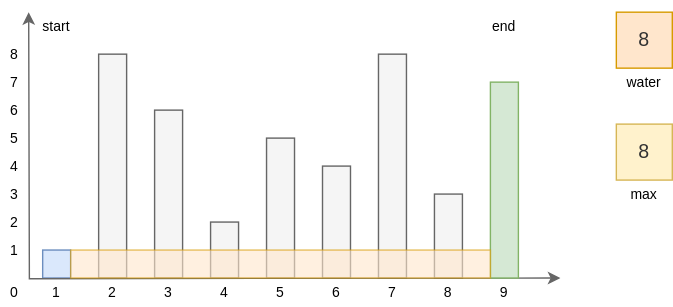
Before: problems1_100/container-with-most-water1.svg, a diagram exported from draw.io (hanggrian/grind-leetcode). Source tidied: cells renumbered, new cells last; positions are measured from the earlier drawing's top-left corner, leaving out a move shared by most shapes. The source it was exported from:
```xml
<mxGraphModel>
  <root>
    <mxCell id="0" />
    <mxCell id="1" parent="0" />
    <mxCell id="2" style="text;html=1;align=center;verticalAlign=middle;whiteSpace=wrap;rounded=0;fillColor=#dae8fc;strokeColor=#6c8ebf;fontSize=14;" parent="1" vertex="1">
      <mxGeometry x="30" y="170" width="20" height="20" as="geometry" />
    </mxCell>
    <mxCell id="3" style="endArrow=classic;startArrow=classic;html=1;rounded=0;fillColor=#f5f5f5;strokeColor=#666666;edgeStyle=orthogonalEdgeStyle;" parent="1" edge="1">
      <mxGeometry relative="1" as="geometry">
        <mxPoint x="400" y="190" as="sourcePoint" />
        <mxPoint x="20" as="targetPoint" />
      </mxGeometry>
    </mxCell>
    <mxCell id="4" value="5" style="text;html=1;align=center;verticalAlign=middle;whiteSpace=wrap;rounded=0;fontSize=10;" parent="1" vertex="1">
      <mxGeometry y="80" width="20" height="20" as="geometry" />
    </mxCell>
    <mxCell id="5" value="4" style="text;html=1;align=center;verticalAlign=middle;whiteSpace=wrap;rounded=0;fontSize=10;" parent="1" vertex="1">
      <mxGeometry y="100" width="20" height="20" as="geometry" />
    </mxCell>
    <mxCell id="6" value="6" style="text;html=1;align=center;verticalAlign=middle;whiteSpace=wrap;rounded=0;fontSize=10;" parent="1" vertex="1">
      <mxGeometry y="60" width="20" height="20" as="geometry" />
    </mxCell>
    <mxCell id="7" value="7" style="text;html=1;align=center;verticalAlign=middle;whiteSpace=wrap;rounded=0;fontSize=10;" parent="1" vertex="1">
      <mxGeometry y="40" width="20" height="20" as="geometry" />
    </mxCell>
    <mxCell id="8" value="8" style="text;html=1;align=center;verticalAlign=middle;whiteSpace=wrap;rounded=0;fontSize=10;" parent="1" vertex="1">
      <mxGeometry y="20" width="20" height="20" as="geometry" />
    </mxCell>
    <mxCell id="9" value="3" style="text;html=1;align=center;verticalAlign=middle;whiteSpace=wrap;rounded=0;fontSize=10;" parent="1" vertex="1">
      <mxGeometry y="120" width="20" height="20" as="geometry" />
    </mxCell>
    <mxCell id="10" value="2" style="text;html=1;align=center;verticalAlign=middle;whiteSpace=wrap;rounded=0;fontSize=10;" parent="1" vertex="1">
      <mxGeometry y="140" width="20" height="20" as="geometry" />
    </mxCell>
    <mxCell id="11" value="1" style="text;html=1;align=center;verticalAlign=middle;whiteSpace=wrap;rounded=0;fontSize=10;" parent="1" vertex="1">
      <mxGeometry y="160" width="20" height="20" as="geometry" />
    </mxCell>
    <mxCell id="12" value="0" style="text;html=1;align=center;verticalAlign=middle;whiteSpace=wrap;rounded=0;fontSize=10;" parent="1" vertex="1">
      <mxGeometry y="190" width="20" height="20" as="geometry" />
    </mxCell>
    <mxCell id="13" value="1" style="text;html=1;align=center;verticalAlign=middle;whiteSpace=wrap;rounded=0;fontSize=10;" parent="1" vertex="1">
      <mxGeometry x="20" y="190" width="40" height="20" as="geometry" />
    </mxCell>
    <mxCell id="14" value="2" style="text;html=1;align=center;verticalAlign=middle;whiteSpace=wrap;rounded=0;fontSize=10;" parent="1" vertex="1">
      <mxGeometry x="60" y="190" width="40" height="20" as="geometry" />
    </mxCell>
    <mxCell id="15" value="3" style="text;html=1;align=center;verticalAlign=middle;whiteSpace=wrap;rounded=0;fontSize=10;" parent="1" vertex="1">
      <mxGeometry x="100" y="190" width="40" height="20" as="geometry" />
    </mxCell>
    <mxCell id="16" value="4" style="text;html=1;align=center;verticalAlign=middle;whiteSpace=wrap;rounded=0;fontSize=10;" parent="1" vertex="1">
      <mxGeometry x="140" y="190" width="40" height="20" as="geometry" />
    </mxCell>
    <mxCell id="17" value="5" style="text;html=1;align=center;verticalAlign=middle;whiteSpace=wrap;rounded=0;fontSize=10;" parent="1" vertex="1">
      <mxGeometry x="180" y="190" width="40" height="20" as="geometry" />
    </mxCell>
    <mxCell id="18" value="6" style="text;html=1;align=center;verticalAlign=middle;whiteSpace=wrap;rounded=0;fontSize=10;" parent="1" vertex="1">
      <mxGeometry x="220" y="190" width="40" height="20" as="geometry" />
    </mxCell>
    <mxCell id="19" value="7" style="text;html=1;align=center;verticalAlign=middle;whiteSpace=wrap;rounded=0;fontSize=10;" parent="1" vertex="1">
      <mxGeometry x="260" y="190" width="40" height="20" as="geometry" />
    </mxCell>
    <mxCell id="20" value="8" style="text;html=1;align=center;verticalAlign=middle;whiteSpace=wrap;rounded=0;fontSize=10;" parent="1" vertex="1">
      <mxGeometry x="300" y="190" width="40" height="20" as="geometry" />
    </mxCell>
    <mxCell id="21" style="text;html=1;align=center;verticalAlign=middle;whiteSpace=wrap;rounded=0;fillColor=#f5f5f5;strokeColor=#666666;fontSize=14;fontColor=#333333;" parent="1" vertex="1">
      <mxGeometry x="70" y="30" width="20" height="160" as="geometry" />
    </mxCell>
    <mxCell id="22" style="text;html=1;align=center;verticalAlign=middle;whiteSpace=wrap;rounded=0;fillColor=#f5f5f5;strokeColor=#666666;fontSize=14;fontColor=#333333;" parent="1" vertex="1">
      <mxGeometry x="110" y="70" width="20" height="120" as="geometry" />
    </mxCell>
    <mxCell id="23" style="text;html=1;align=center;verticalAlign=middle;whiteSpace=wrap;rounded=0;fillColor=#f5f5f5;strokeColor=#666666;fontSize=14;fontColor=#333333;" parent="1" vertex="1">
      <mxGeometry x="150" y="150" width="20" height="40" as="geometry" />
    </mxCell>
    <mxCell id="24" style="text;html=1;align=center;verticalAlign=middle;whiteSpace=wrap;rounded=0;fillColor=#f5f5f5;strokeColor=#666666;fontSize=14;fontColor=#333333;" parent="1" vertex="1">
      <mxGeometry x="190" y="90" width="20" height="100" as="geometry" />
    </mxCell>
    <mxCell id="25" style="text;html=1;align=center;verticalAlign=middle;whiteSpace=wrap;rounded=0;fillColor=#f5f5f5;strokeColor=#666666;fontSize=14;fontColor=#333333;" parent="1" vertex="1">
      <mxGeometry x="230" y="110" width="20" height="80" as="geometry" />
    </mxCell>
    <mxCell id="26" style="text;html=1;align=center;verticalAlign=middle;whiteSpace=wrap;rounded=0;fillColor=#f5f5f5;strokeColor=#666666;fontSize=14;fontColor=#333333;" parent="1" vertex="1">
      <mxGeometry x="270" y="30" width="20" height="160" as="geometry" />
    </mxCell>
    <mxCell id="27" style="text;html=1;align=center;verticalAlign=middle;whiteSpace=wrap;rounded=0;fillColor=#f5f5f5;strokeColor=#666666;fontSize=14;fontColor=#333333;" parent="1" vertex="1">
      <mxGeometry x="310" y="130" width="20" height="60" as="geometry" />
    </mxCell>
    <mxCell id="28" value="9" style="text;html=1;align=center;verticalAlign=middle;whiteSpace=wrap;rounded=0;fontSize=10;" parent="1" vertex="1">
      <mxGeometry x="340" y="190" width="40" height="20" as="geometry" />
    </mxCell>
    <mxCell id="29" style="text;html=1;align=center;verticalAlign=middle;whiteSpace=wrap;rounded=0;fillColor=#d5e8d4;strokeColor=#82b366;fontSize=14;" parent="1" vertex="1">
      <mxGeometry x="350" y="50" width="20" height="140" as="geometry" />
    </mxCell>
    <mxCell id="30" value="start" style="text;html=1;align=center;verticalAlign=middle;whiteSpace=wrap;rounded=0;fontSize=10;" parent="1" vertex="1">
      <mxGeometry x="20" width="40" height="20" as="geometry" />
    </mxCell>
    <mxCell id="31" value="end" style="text;html=1;align=center;verticalAlign=middle;whiteSpace=wrap;rounded=0;fontSize=10;" parent="1" vertex="1">
      <mxGeometry x="340" width="40" height="20" as="geometry" />
    </mxCell>
    <mxCell id="32" style="rounded=0;whiteSpace=wrap;html=1;opacity=60;fillColor=#ffe6cc;strokeColor=#d79b00;" parent="1" vertex="1">
      <mxGeometry x="50" y="170" width="300" height="20" as="geometry" />
    </mxCell>
    <mxCell id="33" value="8" style="text;html=1;align=center;verticalAlign=middle;whiteSpace=wrap;rounded=0;fillColor=#ffe6cc;strokeColor=#d79b00;fontSize=14;fontColor=#333333;" parent="1" vertex="1">
      <mxGeometry x="440" width="40" height="40" as="geometry" />
    </mxCell>
    <mxCell id="34" value="water" style="text;html=1;align=center;verticalAlign=middle;whiteSpace=wrap;rounded=0;fontSize=10;" parent="1" vertex="1">
      <mxGeometry x="440" y="40" width="40" height="20" as="geometry" />
    </mxCell>
    <mxCell id="35" value="8" style="text;html=1;align=center;verticalAlign=middle;whiteSpace=wrap;rounded=0;fillColor=#fff2cc;strokeColor=#d6b656;fontSize=14;fontColor=#333333;" parent="1" vertex="1">
      <mxGeometry x="440" y="80" width="40" height="40" as="geometry" />
    </mxCell>
    <mxCell id="36" value="max" style="text;html=1;align=center;verticalAlign=middle;whiteSpace=wrap;rounded=0;fontSize=10;" parent="1" vertex="1">
      <mxGeometry x="440" y="120" width="40" height="20" as="geometry" />
    </mxCell>
  </root>
</mxGraphModel>
```
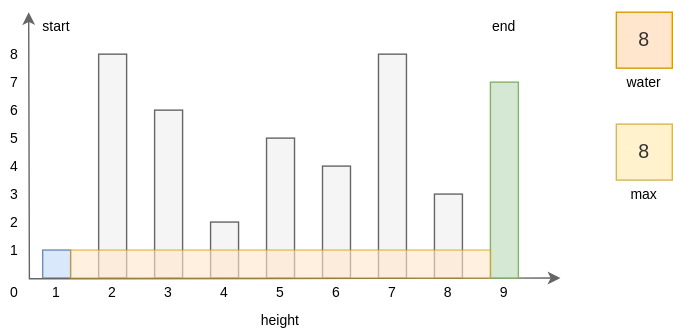
The same diagram one commit later.

The edit, as a diff of the source:
```diff
@@ -110,5 +110,8 @@
     <mxCell id="36" value="max" style="text;html=1;align=center;verticalAlign=middle;whiteSpace=wrap;rounded=0;fontSize=10;" parent="1" vertex="1">
       <mxGeometry x="440" y="120" width="40" height="20" as="geometry" />
     </mxCell>
+    <mxCell id="37" value="height" style="text;html=1;align=center;verticalAlign=middle;whiteSpace=wrap;rounded=0;fontSize=10;" parent="1" vertex="1">
+      <mxGeometry y="210" width="400" height="20" as="geometry" />
+    </mxCell>
   </root>
 </mxGraphModel>
```
